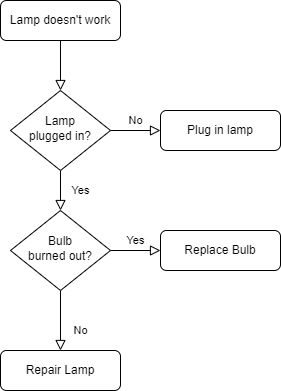
Before: diagram.drawio.png, a diagram exported from draw.io (szgup10/cookiecutter-pypackage). Source tidied: cells renumbered, new cells last; positions are measured from the earlier drawing's top-left corner, leaving out a move shared by most shapes.
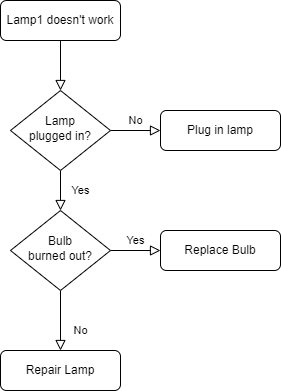
After the change.

What changed in the source:
```diff
@@ -5,7 +5,7 @@
     <mxCell id="2" style="rounded=0;html=1;jettySize=auto;fontSize=11;endArrow=block;endFill=0;endSize=8;strokeWidth=1;shadow=0;labelBackgroundColor=none;edgeStyle=orthogonalEdgeStyle;" parent="1" edge="1" source="3" target="6">
       <mxGeometry relative="1" as="geometry" />
     </mxCell>
-    <mxCell id="3" value="Lamp doesn't work" style="rounded=1;whiteSpace=wrap;html=1;fontSize=12;glass=0;strokeWidth=1;shadow=0;" parent="1" vertex="1">
+    <mxCell id="3" value="Lamp1 doesn't work" style="rounded=1;whiteSpace=wrap;html=1;fontSize=12;glass=0;strokeWidth=1;shadow=0;" parent="1" vertex="1">
       <mxGeometry width="120" height="40" as="geometry" />
     </mxCell>
     <mxCell id="4" value="Yes" style="rounded=0;html=1;jettySize=auto;fontSize=11;endArrow=block;endFill=0;endSize=8;strokeWidth=1;shadow=0;labelBackgroundColor=none;edgeStyle=orthogonalEdgeStyle;" parent="1" edge="1" source="6" target="10">
```
